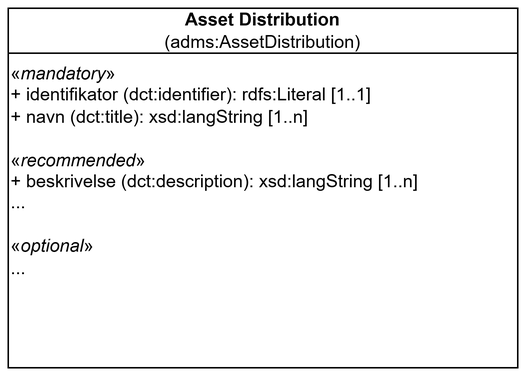
Earlier version of the draw.io export archadms-ap-no/docs/images/KlassenAssetDistribution.png (jimjyang/playground). Source tidied: cells renumbered, new cells last; positions are measured from the earlier drawing's top-left corner, leaving out a move shared by most shapes. Its diagram source:
```xml
<mxGraphModel>
  <root>
    <mxCell id="0" />
    <mxCell id="1" parent="0" />
    <mxCell id="2" value="Asset Distribution&lt;div&gt;&lt;span style=&quot;font-weight: normal;&quot;&gt;(adms:AssetDistribution)&lt;/span&gt;&lt;/div&gt;" style="swimlane;whiteSpace=wrap;html=1;startSize=30;" parent="1" vertex="1">
      <mxGeometry width="340" height="240" as="geometry" />
    </mxCell>
    <mxCell id="3" value="&lt;div&gt;«&lt;i&gt;mandatory&lt;/i&gt;»&lt;/div&gt;&lt;div&gt;+&amp;nbsp;identifikator&amp;nbsp;(dct:identifier): rdfs:Literal [1..1]&lt;/div&gt;&lt;div&gt;+ navn (dct:title): xsd:langString [1..n]&lt;/div&gt;&lt;div&gt;&lt;br&gt;&lt;/div&gt;&lt;div&gt;«&lt;i&gt;recommended&lt;/i&gt;»&lt;/div&gt;&lt;div&gt;+ beskrivelse (dct:description):&amp;nbsp;&lt;span style=&quot;background-color: transparent; color: light-dark(rgb(0, 0, 0), rgb(255, 255, 255));&quot;&gt;xsd:langString [1..n]&lt;/span&gt;&lt;/div&gt;&lt;div&gt;&lt;span style=&quot;background-color: transparent; color: light-dark(rgb(0, 0, 0), rgb(255, 255, 255));&quot;&gt;...&lt;/span&gt;&lt;/div&gt;&lt;div&gt;&lt;br&gt;&lt;/div&gt;&lt;div&gt;«&lt;i&gt;optional&lt;/i&gt;»&lt;/div&gt;&lt;div&gt;&lt;span style=&quot;background-color: transparent; color: light-dark(rgb(0, 0, 0), rgb(255, 255, 255));&quot;&gt;...&lt;/span&gt;&lt;/div&gt;" style="text;html=1;whiteSpace=wrap;strokeColor=none;fillColor=none;align=left;verticalAlign=top;rounded=0;" parent="2" vertex="1">
      <mxGeometry y="30" width="320" height="190" as="geometry" />
    </mxCell>
  </root>
</mxGraphModel>
```
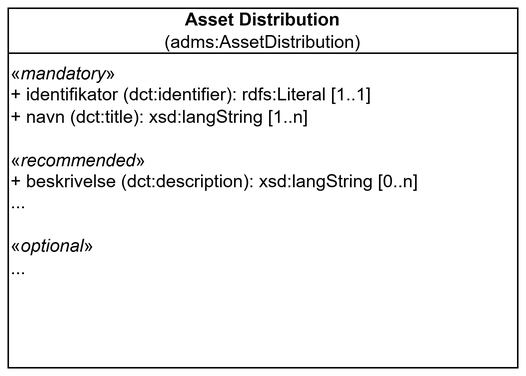
The same diagram one commit later.

What changed in the source:
```diff
@@ -5,7 +5,7 @@
     <mxCell id="2" value="Asset Distribution&lt;div&gt;&lt;span style=&quot;font-weight: normal;&quot;&gt;(adms:AssetDistribution)&lt;/span&gt;&lt;/div&gt;" style="swimlane;whiteSpace=wrap;html=1;startSize=30;" parent="1" vertex="1">
       <mxGeometry width="340" height="240" as="geometry" />
     </mxCell>
-    <mxCell id="3" value="&lt;div&gt;«&lt;i&gt;mandatory&lt;/i&gt;»&lt;/div&gt;&lt;div&gt;+&amp;nbsp;identifikator&amp;nbsp;(dct:identifier): rdfs:Literal [1..1]&lt;/div&gt;&lt;div&gt;+ navn (dct:title): xsd:langString [1..n]&lt;/div&gt;&lt;div&gt;&lt;br&gt;&lt;/div&gt;&lt;div&gt;«&lt;i&gt;recommended&lt;/i&gt;»&lt;/div&gt;&lt;div&gt;+ beskrivelse (dct:description):&amp;nbsp;&lt;span style=&quot;background-color: transparent; color: light-dark(rgb(0, 0, 0), rgb(255, 255, 255));&quot;&gt;xsd:langString [1..n]&lt;/span&gt;&lt;/div&gt;&lt;div&gt;&lt;span style=&quot;background-color: transparent; color: light-dark(rgb(0, 0, 0), rgb(255, 255, 255));&quot;&gt;...&lt;/span&gt;&lt;/div&gt;&lt;div&gt;&lt;br&gt;&lt;/div&gt;&lt;div&gt;«&lt;i&gt;optional&lt;/i&gt;»&lt;/div&gt;&lt;div&gt;&lt;span style=&quot;background-color: transparent; color: light-dark(rgb(0, 0, 0), rgb(255, 255, 255));&quot;&gt;...&lt;/span&gt;&lt;/div&gt;" style="text;html=1;whiteSpace=wrap;strokeColor=none;fillColor=none;align=left;verticalAlign=top;rounded=0;" parent="2" vertex="1">
+    <mxCell id="3" value="&lt;div&gt;«&lt;i&gt;mandatory&lt;/i&gt;»&lt;/div&gt;&lt;div&gt;+&amp;nbsp;identifikator&amp;nbsp;(dct:identifier): rdfs:Literal [1..1]&lt;/div&gt;&lt;div&gt;+ navn (dct:title): xsd:langString [1..n]&lt;/div&gt;&lt;div&gt;&lt;br&gt;&lt;/div&gt;&lt;div&gt;«&lt;i&gt;recommended&lt;/i&gt;»&lt;/div&gt;&lt;div&gt;+ beskrivelse (dct:description):&amp;nbsp;&lt;span style=&quot;background-color: transparent; color: light-dark(rgb(0, 0, 0), rgb(255, 255, 255));&quot;&gt;xsd:langString [0..n]&lt;/span&gt;&lt;/div&gt;&lt;div&gt;&lt;span style=&quot;background-color: transparent; color: light-dark(rgb(0, 0, 0), rgb(255, 255, 255));&quot;&gt;...&lt;/span&gt;&lt;/div&gt;&lt;div&gt;&lt;br&gt;&lt;/div&gt;&lt;div&gt;«&lt;i&gt;optional&lt;/i&gt;»&lt;/div&gt;&lt;div&gt;&lt;span style=&quot;background-color: transparent; color: light-dark(rgb(0, 0, 0), rgb(255, 255, 255));&quot;&gt;...&lt;/span&gt;&lt;/div&gt;" style="text;html=1;whiteSpace=wrap;strokeColor=none;fillColor=none;align=left;verticalAlign=top;rounded=0;" parent="2" vertex="1">
       <mxGeometry y="30" width="320" height="190" as="geometry" />
     </mxCell>
   </root>
```
